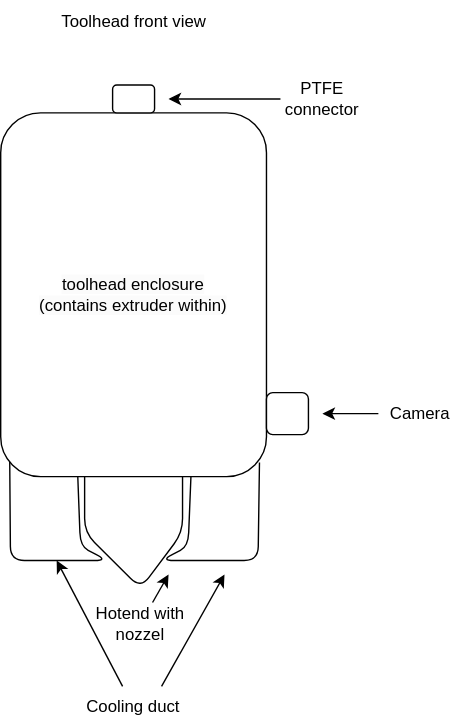
Above: docs/data/learn/3D Printing/input/toolhead.drawio.svg in offbynull/offbynull.github.io (draw.io), before the change. Source tidied: cells renumbered, new cells last; positions are measured from the earlier drawing's top-left corner, leaving out a move shared by most shapes.
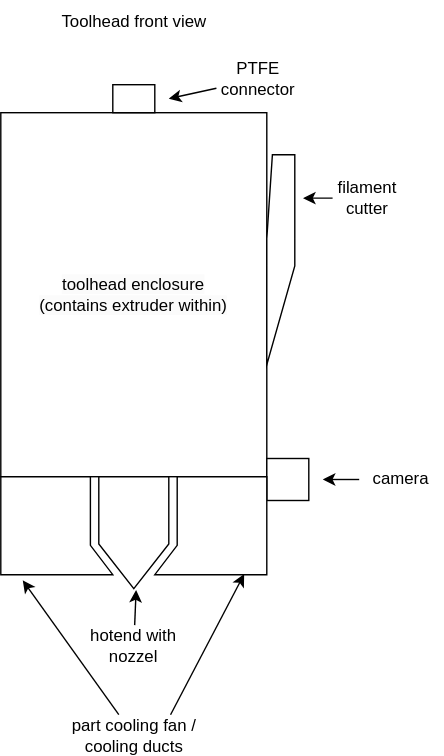
The same file after the commit.

What changed in the source:
```diff
@@ -2,45 +2,14 @@
   <root>
     <mxCell id="0" />
     <mxCell id="1" parent="0" />
-    <mxCell id="2" value="&lt;span style=&quot;scrollbar-color: rgb(226, 226, 226) rgb(251, 251, 251); background-color: rgb(251, 251, 251); float: none; display: inline !important; color: rgb(0, 0, 0);&quot;&gt;toolhead enclosure&lt;/span&gt;&lt;br style=&quot;scrollbar-color: rgb(226, 226, 226) rgb(251, 251, 251); background-color: rgb(251, 251, 251); color: rgb(63, 63, 63);&quot;&gt;&lt;span style=&quot;scrollbar-color: rgb(226, 226, 226) rgb(251, 251, 251); background-color: rgb(251, 251, 251); float: none; display: inline !important; color: rgb(0, 0, 0);&quot;&gt;(contains extruder within)&lt;/span&gt;" style="rounded=1;whiteSpace=wrap;html=1;" parent="1" vertex="1">
+    <mxCell id="2" value="&lt;span style=&quot;scrollbar-color: rgb(226, 226, 226) rgb(251, 251, 251); background-color: rgb(251, 251, 251); float: none; display: inline !important; color: rgb(0, 0, 0);&quot;&gt;toolhead enclosure&lt;/span&gt;&lt;br style=&quot;scrollbar-color: rgb(226, 226, 226) rgb(251, 251, 251); background-color: rgb(251, 251, 251); color: rgb(63, 63, 63);&quot;&gt;&lt;span style=&quot;scrollbar-color: rgb(226, 226, 226) rgb(251, 251, 251); background-color: rgb(251, 251, 251); float: none; display: inline !important; color: rgb(0, 0, 0);&quot;&gt;(contains extruder within)&lt;/span&gt;" style="rounded=1;whiteSpace=wrap;html=1;arcSize=0;" parent="1" vertex="1">
       <mxGeometry y="80" width="190" height="260" as="geometry" />
     </mxCell>
-    <mxCell id="3" style="rounded=1;whiteSpace=wrap;html=1;" parent="1" vertex="1">
+    <mxCell id="3" style="rounded=1;whiteSpace=wrap;html=1;arcSize=0;" parent="1" vertex="1">
       <mxGeometry x="80" y="60" width="30" height="20" as="geometry" />
     </mxCell>
-    <mxCell id="4" style="endArrow=none;html=1;" parent="1" edge="1">
-      <mxGeometry relative="1" as="geometry">
-        <mxPoint x="60" y="340" as="sourcePoint" />
-        <mxPoint x="130" y="340" as="targetPoint" />
-        <Array as="points">
-          <mxPoint x="60" y="380" />
-          <mxPoint x="100" y="420" />
-          <mxPoint x="130" y="380" />
-        </Array>
-      </mxGeometry>
-    </mxCell>
-    <mxCell id="5" style="endArrow=none;html=1;entryX=0.29;entryY=0.999;entryDx=0;entryDy=0;entryPerimeter=0;exitX=0.034;exitY=0.96;exitDx=0;exitDy=0;exitPerimeter=0;" parent="1" edge="1" source="2" target="2">
-      <mxGeometry relative="1" as="geometry">
-        <Array as="points">
-          <mxPoint x="7" y="400" />
-          <mxPoint x="77" y="400" />
-          <mxPoint x="57" y="390" />
-        </Array>
-      </mxGeometry>
-    </mxCell>
-    <mxCell id="6" style="endArrow=none;html=1;entryX=0.29;entryY=0.999;entryDx=0;entryDy=0;entryPerimeter=0;exitX=0.034;exitY=0.96;exitDx=0;exitDy=0;exitPerimeter=0;" parent="1" edge="1">
-      <mxGeometry relative="1" as="geometry">
-        <mxPoint x="185" y="330" as="sourcePoint" />
-        <mxPoint x="136" y="340" as="targetPoint" />
-        <Array as="points">
-          <mxPoint x="184" y="400" />
-          <mxPoint x="114" y="400" />
-          <mxPoint x="134" y="390" />
-        </Array>
-      </mxGeometry>
-    </mxCell>
-    <mxCell id="7" style="rounded=1;whiteSpace=wrap;html=1;" parent="1" vertex="1">
-      <mxGeometry x="190" y="280" width="30" height="30" as="geometry" />
+    <mxCell id="7" style="rounded=1;whiteSpace=wrap;html=1;arcSize=0;" parent="1" vertex="1">
+      <mxGeometry x="190" y="327" width="30" height="30" as="geometry" />
     </mxCell>
     <mxCell id="8" value="Toolhead front view" style="text;html=1;align=center;verticalAlign=middle;whiteSpace=wrap;rounded=0;" parent="1" vertex="1">
       <mxGeometry x="32.5" width="125" height="30" as="geometry" />
@@ -51,36 +20,53 @@
       </mxGeometry>
     </mxCell>
     <mxCell id="10" value="PTFE connector" style="text;html=1;align=center;verticalAlign=middle;whiteSpace=wrap;rounded=0;" parent="1" vertex="1">
-      <mxGeometry x="200" y="55" width="60" height="30" as="geometry" />
+      <mxGeometry x="154" y="41" width="60" height="30" as="geometry" />
     </mxCell>
     <mxCell id="11" style="edgeStyle=none;html=1;" parent="1" edge="1" source="12">
       <mxGeometry relative="1" as="geometry">
-        <mxPoint x="230" y="295" as="targetPoint" />
+        <mxPoint x="230" y="342" as="targetPoint" />
       </mxGeometry>
     </mxCell>
-    <mxCell id="12" value="Camera" style="text;html=1;align=center;verticalAlign=middle;whiteSpace=wrap;rounded=0;" parent="1" vertex="1">
-      <mxGeometry x="270" y="280" width="60" height="30" as="geometry" />
+    <mxCell id="12" value="camera" style="text;html=1;align=center;verticalAlign=middle;whiteSpace=wrap;rounded=0;" parent="1" vertex="1">
+      <mxGeometry x="256" y="327" width="60" height="30" as="geometry" />
     </mxCell>
-    <mxCell id="13" style="edgeStyle=none;html=1;" parent="1" edge="1" source="14">
-      <mxGeometry relative="1" as="geometry">
-        <mxPoint x="120" y="410" as="targetPoint" />
-      </mxGeometry>
+    <mxCell id="13" style="edgeStyle=none;html=1;entryX=0.533;entryY=1.011;entryDx=0;entryDy=0;entryPerimeter=0;" parent="1" edge="1" source="14" target="19">
+      <mxGeometry relative="1" as="geometry" />
     </mxCell>
-    <mxCell id="14" value="Hotend with nozzel" style="text;html=1;align=center;verticalAlign=middle;whiteSpace=wrap;rounded=0;" parent="1" vertex="1">
-      <mxGeometry x="60" y="430" width="80" height="30" as="geometry" />
+    <mxCell id="14" value="hotend with nozzel" style="text;html=1;align=center;verticalAlign=middle;whiteSpace=wrap;rounded=0;" parent="1" vertex="1">
+      <mxGeometry x="55" y="446" width="80" height="30" as="geometry" />
     </mxCell>
-    <mxCell id="15" style="edgeStyle=none;html=1;" parent="1" edge="1" source="17">
-      <mxGeometry relative="1" as="geometry">
-        <mxPoint x="40" y="400" as="targetPoint" />
-      </mxGeometry>
+    <mxCell id="15" style="edgeStyle=none;html=1;entryX=0.196;entryY=1.057;entryDx=0;entryDy=0;entryPerimeter=0;" parent="1" edge="1" source="17" target="18">
+      <mxGeometry relative="1" as="geometry" />
     </mxCell>
-    <mxCell id="16" style="edgeStyle=none;html=1;exitX=0.75;exitY=0;exitDx=0;exitDy=0;" parent="1" edge="1" source="17">
+    <mxCell id="16" style="edgeStyle=none;html=1;exitX=0.75;exitY=0;exitDx=0;exitDy=0;" parent="1" edge="1" source="21">
       <mxGeometry relative="1" as="geometry">
         <mxPoint x="160" y="410" as="targetPoint" />
       </mxGeometry>
     </mxCell>
-    <mxCell id="17" value="Cooling duct" style="text;html=1;align=center;verticalAlign=middle;whiteSpace=wrap;rounded=0;" parent="1" vertex="1">
-      <mxGeometry x="55" y="490" width="80" height="30" as="geometry" />
+    <mxCell id="17" value="part cooling fan / cooling ducts" style="text;html=1;align=center;verticalAlign=middle;whiteSpace=wrap;rounded=0;" parent="1" vertex="1">
+      <mxGeometry x="42.5" y="510" width="105" height="30" as="geometry" />
     </mxCell>
+    <mxCell id="18" style="verticalLabelPosition=bottom;verticalAlign=top;html=1;shape=mxgraph.basic.polygon;polyCoords=[[0.8,0],[0.8,0.7],[1,1],[0,1],[0,0]];polyline=0;" parent="1" vertex="1">
+      <mxGeometry y="340" width="80" height="70" as="geometry" />
+    </mxCell>
+    <mxCell id="19" style="verticalLabelPosition=bottom;verticalAlign=top;html=1;shape=mxgraph.basic.polygon;polyCoords=[[1,0],[1,0.6],[0.5,1],[0,0.6],[0,0]];polyline=0;" parent="1" vertex="1">
+      <mxGeometry x="70" y="340" width="50" height="80" as="geometry" />
+    </mxCell>
+    <mxCell id="20" style="edgeStyle=none;html=1;exitX=0.75;exitY=0;exitDx=0;exitDy=0;entryX=0.202;entryY=0.994;entryDx=0;entryDy=0;entryPerimeter=0;" parent="1" edge="1" source="17" target="21">
+      <mxGeometry relative="1" as="geometry" />
+    </mxCell>
+    <mxCell id="21" style="verticalLabelPosition=bottom;verticalAlign=top;html=1;shape=mxgraph.basic.polygon;polyCoords=[[0.8,0],[0.8,0.7],[1,1],[0,1],[0,0]];polyline=0;flipH=1;" parent="1" vertex="1">
+      <mxGeometry x="110" y="340" width="80" height="70" as="geometry" />
+    </mxCell>
+    <mxCell id="22" style="verticalLabelPosition=bottom;verticalAlign=top;html=1;shape=mxgraph.basic.polygon;polyCoords=[[0,0.4],[0.2,0],[1,0],[1,0.53],[0,1]];polyline=0;" parent="1" vertex="1">
+      <mxGeometry x="190" y="110" width="20" height="150" as="geometry" />
+    </mxCell>
+    <mxCell id="23" value="filament cutter" style="text;html=1;align=center;verticalAlign=middle;whiteSpace=wrap;rounded=0;" parent="1" vertex="1">
+      <mxGeometry x="237" y="126" width="50" height="30" as="geometry" />
+    </mxCell>
+    <mxCell id="24" style="edgeStyle=none;html=1;entryX=1.294;entryY=0.207;entryDx=0;entryDy=0;entryPerimeter=0;" parent="1" edge="1" source="23" target="22">
+      <mxGeometry relative="1" as="geometry" />
+    </mxCell>
   </root>
 </mxGraphModel>
```
